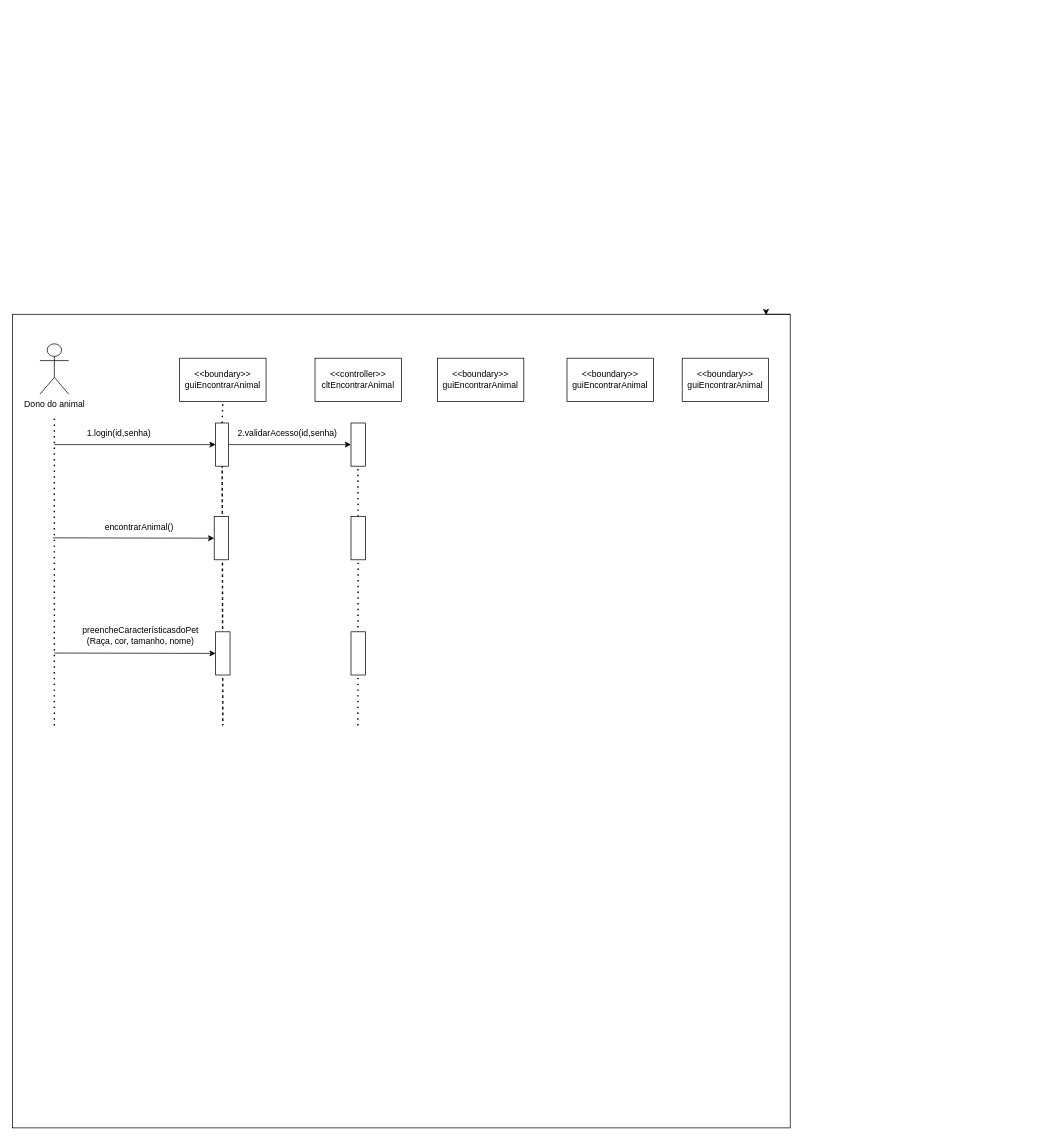
This is Encontraranimalperdido.drawio from Enrico258/Projeto-de-Software, a draw.io file, before an edit. Source tidied: cells renumbered, new cells numbered last; positions are measured from the earlier drawing's top-left corner, leaving out a move shared by most shapes. Both pictures are drawn from the tidied source at 72%, with x=0, y=0 at pixel (12, 314).
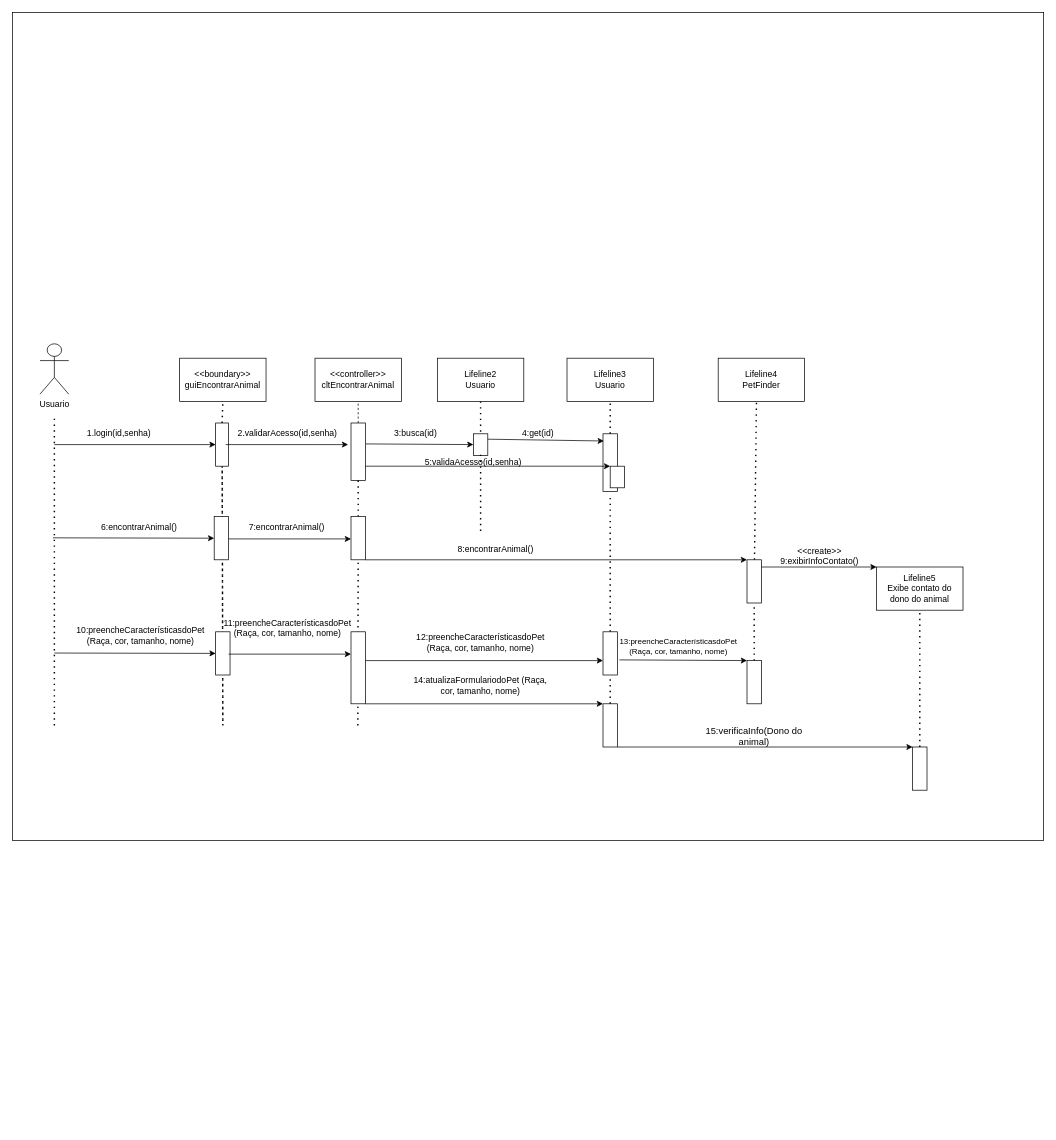
Above is the later version.

The change refers to these unchanged cells:
```xml
<mxCell id="9" style="rounded=0;whiteSpace=wrap;html=1;" parent="1" vertex="1">
  <mxGeometry x="282" y="151" width="18" height="60" as="geometry" />
</mxCell>
<mxCell id="19" value="&amp;lt;&amp;lt;controller&amp;gt;&amp;gt;&lt;br&gt;cltEncontrarAnimal" style="rounded=0;whiteSpace=wrap;html=1;" parent="1" vertex="1">
  <mxGeometry x="420" y="61" width="120" height="60" as="geometry" />
</mxCell>
<mxCell id="26" style="rounded=0;whiteSpace=wrap;html=1;" parent="1" vertex="1">
  <mxGeometry x="470" y="281" width="20" height="60" as="geometry" />
</mxCell>
```

What changed in the source:
```diff
@@
     <mxCell id="2" style="rounded=0;whiteSpace=wrap;html=1;" parent="1" vertex="1">
-      <mxGeometry width="1080" height="1130" as="geometry" />
+      <mxGeometry y="-419" width="1432" height="1150" as="geometry" />
     </mxCell>
-    <mxCell id="3" value="Dono do animal&lt;br&gt;" style="shape=umlActor;verticalLabelPosition=bottom;verticalAlign=top;html=1;" parent="1" vertex="1">
+    <mxCell id="3" value="Usuario" style="shape=umlActor;verticalLabelPosition=bottom;verticalAlign=top;html=1;" parent="1" vertex="1">
       <mxGeometry x="38" y="41" width="40" height="70" as="geometry" />
     </mxCell>
@@
-    <mxCell id="8" style="edgeStyle=orthogonalEdgeStyle;rounded=0;jettySize=auto;html=1;entryX=0;entryY=0.5;entryDx=0;entryDy=0;" parent="1" edge="1" source="9" target="23">
-      <mxGeometry relative="1" as="geometry" />
-    </mxCell>
@@
-    <mxCell id="14" value="preencheCaracterísticasdoPet (Raça, cor, tamanho, nome)" style="text;html=1;strokeColor=none;fillColor=none;align=center;verticalAlign=middle;whiteSpace=wrap;rounded=0;" parent="1" vertex="1">
+    <mxCell id="14" value="10:preencheCaracterísticasdoPet (Raça, cor, tamanho, nome)" style="text;html=1;strokeColor=none;fillColor=none;align=center;verticalAlign=middle;whiteSpace=wrap;rounded=0;" parent="1" vertex="1">
       <mxGeometry x="78" y="421" width="200" height="50" as="geometry" />
     </mxCell>
@@
-    <mxCell id="17" value="encontrarAnimal()" style="text;html=1;strokeColor=none;fillColor=none;align=center;verticalAlign=middle;whiteSpace=wrap;rounded=0;" parent="1" vertex="1">
+    <mxCell id="17" value="6:encontrarAnimal()" style="text;html=1;strokeColor=none;fillColor=none;align=center;verticalAlign=middle;whiteSpace=wrap;rounded=0;" parent="1" vertex="1">
       <mxGeometry x="76" y="271" width="200" height="50" as="geometry" />
     </mxCell>
-    <mxCell id="18" style="edgeStyle=orthogonalEdgeStyle;rounded=0;orthogonalLoop=1;jettySize=auto;html=1;exitX=1;exitY=0;exitDx=0;exitDy=0;entryX=0.969;entryY=0.001;entryDx=0;entryDy=0;entryPerimeter=0;" parent="1" edge="1" source="2" target="2">
-      <mxGeometry relative="1" as="geometry" />
-    </mxCell>
@@
-    <mxCell id="20" value="&amp;lt;&amp;lt;boundary&amp;gt;&amp;gt;&lt;br&gt;guiEncontrarAnimal" style="rounded=0;whiteSpace=wrap;html=1;" parent="1" vertex="1">
+    <mxCell id="20" value="Lifeline2&lt;br&gt;Usuario" style="rounded=0;whiteSpace=wrap;html=1;" parent="1" vertex="1">
       <mxGeometry x="590" y="61" width="120" height="60" as="geometry" />
     </mxCell>
-    <mxCell id="21" value="&amp;lt;&amp;lt;boundary&amp;gt;&amp;gt;&lt;br&gt;guiEncontrarAnimal" style="rounded=0;whiteSpace=wrap;html=1;" parent="1" vertex="1">
+    <mxCell id="21" value="Lifeline3&lt;br style=&quot;border-color: var(--border-color);&quot;&gt;Usuario" style="rounded=0;whiteSpace=wrap;html=1;" parent="1" vertex="1">
       <mxGeometry x="770" y="61" width="120" height="60" as="geometry" />
     </mxCell>
-    <mxCell id="22" value="&amp;lt;&amp;lt;boundary&amp;gt;&amp;gt;&lt;br&gt;guiEncontrarAnimal" style="rounded=0;whiteSpace=wrap;html=1;" parent="1" vertex="1">
-      <mxGeometry x="930" y="61" width="120" height="60" as="geometry" />
+    <mxCell id="22" value="Lifeline4&lt;br style=&quot;border-color: var(--border-color);&quot;&gt;PetFinder" style="rounded=0;whiteSpace=wrap;html=1;" parent="1" vertex="1">
+      <mxGeometry x="980" y="61" width="120" height="60" as="geometry" />
     </mxCell>
     <mxCell id="23" style="rounded=0;whiteSpace=wrap;html=1;" parent="1" vertex="1">
-      <mxGeometry x="470" y="151" width="20" height="60" as="geometry" />
+      <mxGeometry x="470" y="151" width="20" height="80" as="geometry" />
     </mxCell>
     <mxCell id="24" style="endArrow=none;dashed=1;html=1;dashPattern=1 3;strokeWidth=2;rounded=0;" parent="1" edge="1" source="26">
       <mxGeometry relative="1" as="geometry">
-        <mxPoint x="479.5" y="211" as="targetPoint" />
+        <mxPoint x="480" y="231" as="targetPoint" />
       </mxGeometry>
     </mxCell>
@@
     <mxCell id="27" style="rounded=0;whiteSpace=wrap;html=1;" parent="1" vertex="1">
-      <mxGeometry x="470" y="441" width="20" height="60" as="geometry" />
+      <mxGeometry x="470" y="441" width="20" height="100" as="geometry" />
     </mxCell>
@@
+    <mxCell id="30" style="edgeStyle=orthogonalEdgeStyle;rounded=0;orthogonalLoop=1;jettySize=auto;html=1;entryX=0;entryY=0.5;entryDx=0;entryDy=0;" parent="1" edge="1">
+      <mxGeometry relative="1" as="geometry">
+        <mxPoint x="300" y="312" as="sourcePoint" />
+        <mxPoint x="470" y="312" as="targetPoint" />
+        <Array as="points">
+          <mxPoint x="420" y="312" />
+          <mxPoint x="420" y="312" />
+        </Array>
+      </mxGeometry>
+    </mxCell>
+    <mxCell id="31" value="7:encontrarAnimal()" style="text;html=1;strokeColor=none;fillColor=none;align=center;verticalAlign=middle;whiteSpace=wrap;rounded=0;" parent="1" vertex="1">
+      <mxGeometry x="350" y="281" width="62" height="30" as="geometry" />
+    </mxCell>
+    <mxCell id="32" style="edgeStyle=orthogonalEdgeStyle;rounded=0;orthogonalLoop=1;jettySize=auto;html=1;entryX=0;entryY=0.5;entryDx=0;entryDy=0;" parent="1" edge="1">
+      <mxGeometry relative="1" as="geometry">
+        <mxPoint x="300" y="472" as="sourcePoint" />
+        <mxPoint x="470" y="472" as="targetPoint" />
+        <Array as="points">
+          <mxPoint x="420" y="472" />
+          <mxPoint x="420" y="472" />
+        </Array>
+      </mxGeometry>
+    </mxCell>
+    <mxCell id="33" value="11:preencheCaracterísticasdoPet (Raça, cor, tamanho, nome)" style="text;html=1;strokeColor=none;fillColor=none;align=center;verticalAlign=middle;whiteSpace=wrap;rounded=0;" parent="1" vertex="1">
+      <mxGeometry x="282" y="411" width="200" height="50" as="geometry" />
+    </mxCell>
+    <mxCell id="34" style="endArrow=none;dashed=1;html=1;rounded=0;exitX=0.5;exitY=0;exitDx=0;exitDy=0;entryX=0.5;entryY=1;entryDx=0;entryDy=0;" parent="1" edge="1" source="23" target="19">
+      <mxGeometry relative="1" as="geometry">
+        <Array as="points">
+          <mxPoint x="480" y="121" />
+        </Array>
+      </mxGeometry>
+    </mxCell>
+    <mxCell id="35" style="endArrow=none;dashed=1;html=1;dashPattern=1 3;strokeWidth=2;rounded=0;entryX=0.5;entryY=1;entryDx=0;entryDy=0;" parent="1" edge="1" target="20">
+      <mxGeometry relative="1" as="geometry">
+        <mxPoint x="650" y="171" as="sourcePoint" />
+        <Array as="points">
+          <mxPoint x="650" y="151" />
+        </Array>
+      </mxGeometry>
+    </mxCell>
+    <mxCell id="36" style="rounded=0;whiteSpace=wrap;html=1;" parent="1" vertex="1">
+      <mxGeometry x="640" y="166" width="20" height="30" as="geometry" />
+    </mxCell>
+    <mxCell id="37" style="edgeStyle=orthogonalEdgeStyle;rounded=0;orthogonalLoop=1;jettySize=auto;html=1;entryX=0;entryY=0.5;entryDx=0;entryDy=0;" parent="1" edge="1">
+      <mxGeometry relative="1" as="geometry">
+        <mxPoint x="296" y="181" as="sourcePoint" />
+        <mxPoint x="466" y="181" as="targetPoint" />
+        <Array as="points">
+          <mxPoint x="416" y="181" />
+          <mxPoint x="416" y="181" />
+        </Array>
+      </mxGeometry>
+    </mxCell>
+    <mxCell id="38" style="endArrow=classic;html=1;rounded=0;exitX=1.04;exitY=0.363;exitDx=0;exitDy=0;entryX=0;entryY=0.5;entryDx=0;entryDy=0;exitPerimeter=0;" parent="1" edge="1" source="23" target="36">
+      <mxGeometry relative="1" as="geometry" />
+    </mxCell>
+    <mxCell id="39" value="3:busca(id)" style="text;html=1;strokeColor=none;fillColor=none;align=center;verticalAlign=middle;whiteSpace=wrap;rounded=0;" parent="1" vertex="1">
+      <mxGeometry x="530" y="151" width="60" height="30" as="geometry" />
+    </mxCell>
+    <mxCell id="40" style="edgeStyle=orthogonalEdgeStyle;rounded=0;jettySize=auto;html=1;exitX=0.5;exitY=0;exitDx=0;exitDy=0;" parent="1" edge="1" source="41">
+      <mxGeometry relative="1" as="geometry">
+        <mxPoint x="830" y="166" as="targetPoint" />
+      </mxGeometry>
+    </mxCell>
+    <mxCell id="41" style="rounded=0;whiteSpace=wrap;html=1;" parent="1" vertex="1">
+      <mxGeometry x="820" y="166" width="20" height="80" as="geometry" />
+    </mxCell>
+    <mxCell id="42" style="endArrow=classic;html=1;rounded=0;exitX=1;exitY=0.25;exitDx=0;exitDy=0;entryX=0.06;entryY=0.125;entryDx=0;entryDy=0;entryPerimeter=0;" parent="1" edge="1" source="36" target="41">
+      <mxGeometry relative="1" as="geometry" />
+    </mxCell>
+    <mxCell id="43" value="4:get(id)" style="text;html=1;strokeColor=none;fillColor=none;align=center;verticalAlign=middle;whiteSpace=wrap;rounded=0;" parent="1" vertex="1">
+      <mxGeometry x="700" y="151" width="60" height="30" as="geometry" />
+    </mxCell>
+    <mxCell id="44" style="rounded=0;whiteSpace=wrap;html=1;" parent="1" vertex="1">
+      <mxGeometry x="830" y="211" width="20" height="30" as="geometry" />
+    </mxCell>
+    <mxCell id="45" style="endArrow=classic;html=1;rounded=0;entryX=0;entryY=0;entryDx=0;entryDy=0;exitX=1;exitY=0.75;exitDx=0;exitDy=0;" parent="1" edge="1" source="23" target="44">
+      <mxGeometry relative="1" as="geometry" />
+    </mxCell>
+    <mxCell id="46" value="5:validaAcesso(id,senha)" style="text;html=1;strokeColor=none;fillColor=none;align=center;verticalAlign=middle;whiteSpace=wrap;rounded=0;" parent="1" vertex="1">
+      <mxGeometry x="610" y="191" width="60" height="30" as="geometry" />
+    </mxCell>
+    <mxCell id="47" style="endArrow=none;dashed=1;html=1;dashPattern=1 3;strokeWidth=2;rounded=0;" parent="1" edge="1">
+      <mxGeometry relative="1" as="geometry">
+        <mxPoint x="650" y="301" as="sourcePoint" />
+        <mxPoint x="650" y="191" as="targetPoint" />
+      </mxGeometry>
+    </mxCell>
+    <mxCell id="48" style="endArrow=none;dashed=1;html=1;dashPattern=1 3;strokeWidth=2;rounded=0;entryX=0.443;entryY=0.997;entryDx=0;entryDy=0;entryPerimeter=0;" parent="1" edge="1" source="50" target="22">
+      <mxGeometry relative="1" as="geometry" />
+    </mxCell>
+    <mxCell id="49" style="endArrow=none;dashed=1;html=1;dashPattern=1 3;strokeWidth=2;rounded=0;" parent="1" edge="1" source="56" target="50">
+      <mxGeometry relative="1" as="geometry" />
+    </mxCell>
+    <mxCell id="50" style="rounded=0;whiteSpace=wrap;html=1;" parent="1" vertex="1">
+      <mxGeometry x="1020" y="341" width="20" height="60" as="geometry" />
+    </mxCell>
+    <mxCell id="51" style="endArrow=classic;html=1;rounded=0;exitX=1;exitY=1;exitDx=0;exitDy=0;entryX=0;entryY=0;entryDx=0;entryDy=0;" parent="1" edge="1" source="26" target="50">
+      <mxGeometry relative="1" as="geometry" />
+    </mxCell>
+    <mxCell id="52" value="8:encontrarAnimal()" style="text;html=1;strokeColor=none;fillColor=none;align=center;verticalAlign=middle;whiteSpace=wrap;rounded=0;" parent="1" vertex="1">
+      <mxGeometry x="640" y="311" width="62" height="30" as="geometry" />
+    </mxCell>
+    <mxCell id="53" value="Lifeline5&lt;br style=&quot;border-color: var(--border-color);&quot;&gt;Exibe contato do dono do animal" style="rounded=0;whiteSpace=wrap;html=1;" parent="1" vertex="1">
+      <mxGeometry x="1200" y="351" width="120" height="60" as="geometry" />
+    </mxCell>
+    <mxCell id="54" style="endArrow=classic;html=1;rounded=0;entryX=0;entryY=0;entryDx=0;entryDy=0;" parent="1" edge="1" target="53">
+      <mxGeometry relative="1" as="geometry">
+        <mxPoint x="1040" y="351" as="sourcePoint" />
+      </mxGeometry>
+    </mxCell>
+    <mxCell id="55" value="&amp;lt;&amp;lt;create&amp;gt;&amp;gt;&lt;br&gt;9:exibirInfoContato()" style="text;html=1;strokeColor=none;fillColor=none;align=center;verticalAlign=middle;whiteSpace=wrap;rounded=0;" parent="1" vertex="1">
+      <mxGeometry x="1090" y="321" width="62" height="30" as="geometry" />
+    </mxCell>
+    <mxCell id="56" style="rounded=0;whiteSpace=wrap;html=1;" parent="1" vertex="1">
+      <mxGeometry x="1020" y="481" width="20" height="60" as="geometry" />
+    </mxCell>
+    <mxCell id="57" style="rounded=0;whiteSpace=wrap;html=1;" parent="1" vertex="1">
+      <mxGeometry x="820" y="541" width="20" height="60" as="geometry" />
+    </mxCell>
+    <mxCell id="58" style="endArrow=none;dashed=1;html=1;dashPattern=1 3;strokeWidth=2;rounded=0;exitX=0.5;exitY=0;exitDx=0;exitDy=0;" parent="1" edge="1" source="41">
+      <mxGeometry relative="1" as="geometry">
+        <mxPoint x="830" y="121" as="targetPoint" />
+      </mxGeometry>
+    </mxCell>
+    <mxCell id="59" style="endArrow=none;dashed=1;html=1;dashPattern=1 3;strokeWidth=2;rounded=0;exitX=0.5;exitY=0;exitDx=0;exitDy=0;" parent="1" edge="1" source="62">
+      <mxGeometry relative="1" as="geometry">
+        <mxPoint x="830" y="251" as="targetPoint" />
+      </mxGeometry>
+    </mxCell>
+    <mxCell id="60" style="endArrow=classic;html=1;rounded=0;exitX=1;exitY=1;exitDx=0;exitDy=0;entryX=0;entryY=0;entryDx=0;entryDy=0;" parent="1" edge="1" source="27" target="57">
+      <mxGeometry relative="1" as="geometry" />
+    </mxCell>
+    <mxCell id="61" style="endArrow=none;dashed=1;html=1;dashPattern=1 3;strokeWidth=2;rounded=0;exitX=0.5;exitY=0;exitDx=0;exitDy=0;" parent="1" edge="1" source="57" target="62">
+      <mxGeometry relative="1" as="geometry" />
+    </mxCell>
+    <mxCell id="62" style="rounded=0;whiteSpace=wrap;html=1;" parent="1" vertex="1">
+      <mxGeometry x="820" y="441" width="20" height="60" as="geometry" />
+    </mxCell>
+    <mxCell id="63" style="endArrow=classic;html=1;rounded=0;exitX=1;exitY=1;exitDx=0;exitDy=0;entryX=0;entryY=0;entryDx=0;entryDy=0;" parent="1" edge="1">
+      <mxGeometry relative="1" as="geometry">
+        <mxPoint x="490" y="481" as="sourcePoint" />
+        <mxPoint x="820" y="481" as="targetPoint" />
+      </mxGeometry>
+    </mxCell>
+    <mxCell id="64" style="endArrow=classic;html=1;rounded=0;exitX=1.14;exitY=0.65;exitDx=0;exitDy=0;exitPerimeter=0;entryX=0;entryY=0;entryDx=0;entryDy=0;" parent="1" edge="1" source="62" target="56">
+      <mxGeometry relative="1" as="geometry" />
+    </mxCell>
+    <mxCell id="65" style="rounded=0;whiteSpace=wrap;html=1;" parent="1" vertex="1">
+      <mxGeometry x="1250" y="601" width="20" height="60" as="geometry" />
+    </mxCell>
+    <mxCell id="66" style="endArrow=none;dashed=1;html=1;dashPattern=1 3;strokeWidth=2;rounded=0;entryX=0.5;entryY=1;entryDx=0;entryDy=0;exitX=0.5;exitY=0;exitDx=0;exitDy=0;" parent="1" edge="1" source="65" target="53">
+      <mxGeometry relative="1" as="geometry" />
+    </mxCell>
+    <mxCell id="67" style="endArrow=classic;html=1;rounded=0;exitX=1;exitY=1;exitDx=0;exitDy=0;entryX=0;entryY=0;entryDx=0;entryDy=0;" parent="1" edge="1" source="57" target="65">
+      <mxGeometry relative="1" as="geometry" />
+    </mxCell>
+    <mxCell id="68" value="12:preencheCaracterísticasdoPet (Raça, cor, tamanho, nome)" style="text;html=1;strokeColor=none;fillColor=none;align=center;verticalAlign=middle;whiteSpace=wrap;rounded=0;" parent="1" vertex="1">
+      <mxGeometry x="550" y="431" width="200" height="50" as="geometry" />
+    </mxCell>
+    <mxCell id="69" value="14:atualizaFormulariodoPet (Raça, cor, tamanho, nome)" style="text;html=1;strokeColor=none;fillColor=none;align=center;verticalAlign=middle;whiteSpace=wrap;rounded=0;" parent="1" vertex="1">
+      <mxGeometry x="550" y="491" width="200" height="50" as="geometry" />
+    </mxCell>
+    <mxCell id="70" value="13:preencheCaracterísticasdoPet (Raça, cor, tamanho, nome)" style="text;html=1;strokeColor=none;fillColor=none;align=center;verticalAlign=middle;whiteSpace=wrap;rounded=0;fontSize=11;" parent="1" vertex="1">
+      <mxGeometry x="840" y="441" width="170" height="40" as="geometry" />
+    </mxCell>
+    <mxCell id="71" value="15:verificaInfo(Dono do animal)" style="text;html=1;strokeColor=none;fillColor=none;align=center;verticalAlign=middle;whiteSpace=wrap;rounded=0;fontSize=13;" parent="1" vertex="1">
+      <mxGeometry x="940" y="561" width="180" height="50" as="geometry" />
+    </mxCell>
```
